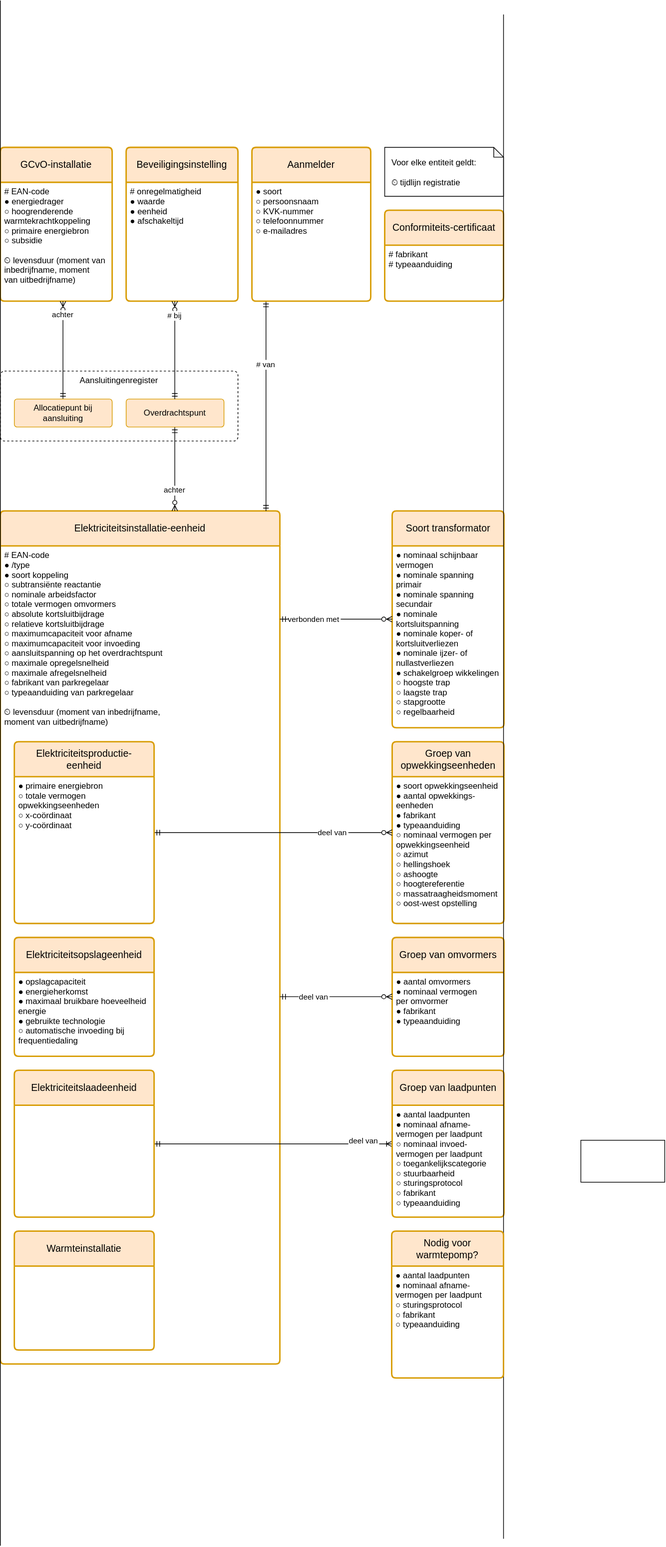
The draw.io diagram registers/installatieregister/1.1/installatieregister.drawio.svg in Netbeheer-Nederland/stelsel, before a commit. Source tidied: cells renumbered, new cells last; positions are measured from the earlier drawing's top-left corner, leaving out a move shared by most shapes.
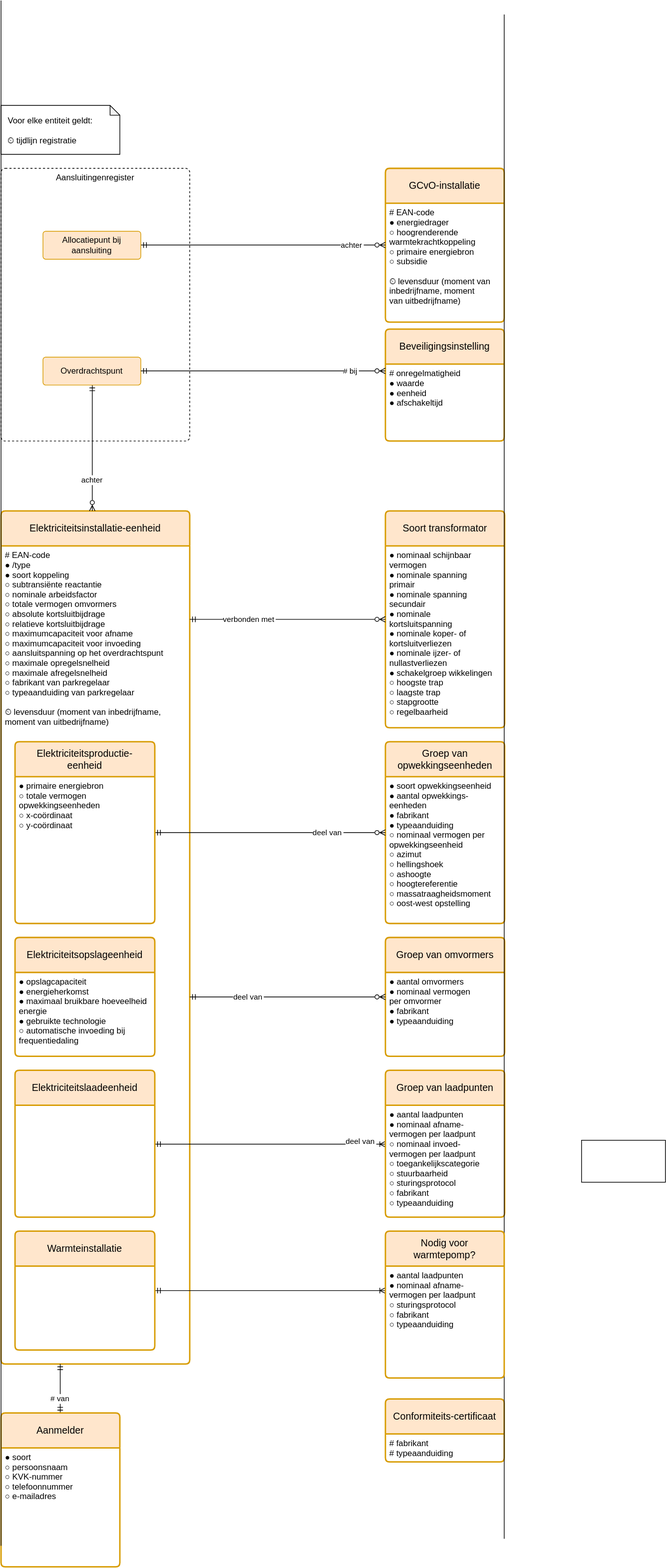
The same diagram one commit later.

Commit message:
vorm aanpassingen draw.io

Diff of the diagram source:
```diff
@@ -3,34 +3,34 @@
     <mxCell id="0" />
     <mxCell id="1" parent="0" />
     <mxCell id="2" value="Aansluitingenregister" style="rounded=1;whiteSpace=wrap;dashed=1;verticalAlign=top;arcSize=12;absoluteArcSize=1;" parent="1" vertex="1">
-      <mxGeometry y="530" width="340" height="100" as="geometry" />
+      <mxGeometry y="240" width="270" height="390" as="geometry" />
     </mxCell>
     <mxCell id="3" value="GCvO-installatie" style="swimlane;horizontal=1;startSize=50;rounded=1;fontSize=14;fontStyle=0;strokeWidth=2;shadow=0;dashed=0;align=center;arcSize=4;fillColor=#ffe6cc;strokeColor=#d79b00;whiteSpace=wrap;spacing=10;" parent="1" vertex="1">
-      <mxGeometry y="210" width="160" height="220" as="geometry" />
+      <mxGeometry x="550" y="240" width="170" height="220" as="geometry" />
     </mxCell>
     <mxCell id="4" value="# EAN-code&#10;● energiedrager&#10;○ hoogrenderende&#10;   warmtekrachtkoppeling&#10;○ primaire energiebron&#10;○ subsidie&#10;&#10;⏲ levensduur (moment van&#10;     inbedrijfname, moment&#10;     van uitbedrijfname)" style="align=left;strokeColor=none;fillColor=none;spacingLeft=4;fontSize=12;verticalAlign=top;" parent="3" vertex="1">
-      <mxGeometry y="50" width="160" height="170" as="geometry" />
+      <mxGeometry y="50" width="170" height="170" as="geometry" />
     </mxCell>
-    <mxCell id="5" value="achter" style="edgeStyle=elbowEdgeStyle;rounded=0;jettySize=auto;endArrow=ERmandOne;endFill=0;startArrow=ERzeroToMany;startFill=0;align=center;" parent="1" edge="1" source="3" target="22">
+    <mxCell id="5" value="achter" style="edgeStyle=elbowEdgeStyle;rounded=0;jettySize=auto;endArrow=ERmandOne;endFill=0;startArrow=ERzeroToMany;startFill=0;align=center;elbow=vertical;" parent="1" edge="1" source="3" target="22">
       <mxGeometry x="-0.73" relative="1" as="geometry" />
     </mxCell>
     <mxCell id="6" value="Elektriciteitsinstallatie-eenheid" style="swimlane;horizontal=1;startSize=50;rounded=1;fontSize=14;fontStyle=0;strokeWidth=2;shadow=0;dashed=0;align=center;fillColor=#ffe6cc;strokeColor=#d79b00;arcSize=4;whiteSpace=wrap;spacing=10;" parent="1" vertex="1">
-      <mxGeometry y="730" width="400" height="1220" as="geometry" />
+      <mxGeometry y="730" width="270" height="1220" as="geometry" />
     </mxCell>
     <mxCell id="7" value="# EAN-code&#10;● /type&#10;● soort koppeling&#10;○ subtransiënte reactantie&#10;○ nominale arbeidsfactor&#10;○ totale vermogen omvormers&#10;○ absolute kortsluitbijdrage&#10;○ relatieve kortsluitbijdrage&#10;○ maximumcapaciteit voor afname&#10;○ maximumcapaciteit voor invoeding&#10;○ aansluitspanning op het overdrachtspunt&#10;○ maximale opregelsnelheid&#10;○ maximale afregelsnelheid&#10;○ fabrikant van parkregelaar&#10;○ typeaanduiding van parkregelaar&#10;&#10;⏲ levensduur (moment van inbedrijfname, &#10;    moment van uitbedrijfname)" style="align=left;strokeColor=none;fillColor=none;spacingLeft=4;fontSize=12;verticalAlign=top;fontColor=default;" parent="6" vertex="1">
-      <mxGeometry y="50" width="400" height="1170" as="geometry" />
+      <mxGeometry y="50" width="270" height="1170" as="geometry" />
     </mxCell>
     <mxCell id="8" value="Groep van opwekkingseenheden" style="swimlane;horizontal=1;startSize=50;rounded=1;fontSize=14;fontStyle=0;strokeWidth=2;shadow=0;dashed=0;align=center;fillColor=#ffe6cc;strokeColor=#d79b00;arcSize=4;whiteSpace=wrap;spacing=10;" parent="1" vertex="1">
-      <mxGeometry x="560.7" y="1060" width="160" height="260" as="geometry" />
+      <mxGeometry x="550" y="1060" width="170.7" height="260" as="geometry" />
     </mxCell>
     <mxCell id="9" value="● soort opwekkingseenheid &#10;● aantal opwekkings-&#10;   eenheden&#10;● fabrikant&#10;● typeaanduiding&#10;○ nominaal vermogen per&#10;   opwekkingseenheid&#10;○ azimut&#10;○ hellingshoek&#10;○ ashoogte&#10;○ hoogtereferentie&#10;○ massatraagheidsmoment&#10;○ oost-west opstelling&#10;" style="align=left;strokeColor=none;fillColor=none;spacingLeft=4;fontSize=12;verticalAlign=top;" parent="8" vertex="1">
-      <mxGeometry y="50" width="160" height="210" as="geometry" />
+      <mxGeometry y="50" width="170.7" height="210" as="geometry" />
     </mxCell>
     <mxCell id="10" value="Soort transformator" style="swimlane;horizontal=1;startSize=50;rounded=1;fontSize=14;fontStyle=0;strokeWidth=2;shadow=0;dashed=0;align=center;fillColor=#ffe6cc;strokeColor=#d79b00;arcSize=4;whiteSpace=wrap;spacing=10;" parent="1" vertex="1">
-      <mxGeometry x="560.7" y="730" width="160" height="310" as="geometry" />
+      <mxGeometry x="550" y="730" width="170.7" height="310" as="geometry" />
     </mxCell>
     <mxCell id="11" value="● nominaal schijnbaar &#10;   vermogen&#10;● nominale spanning&#10;   primair&#10;● nominale spanning&#10;   secundair&#10;● nominale &#10;   kortsluitspanning&#10;● nominale koper- of&#10;   kortsluitverliezen&#10;● nominale ijzer- of&#10;   nullastverliezen&#10;● schakelgroep wikkelingen&#10;○ hoogste trap&#10;○ laagste trap&#10;○ stapgrootte&#10;○ regelbaarheid" style="align=left;strokeColor=none;fillColor=none;spacingLeft=4;fontSize=12;verticalAlign=top;" parent="10" vertex="1">
-      <mxGeometry y="50" width="160" height="260" as="geometry" />
+      <mxGeometry y="50" width="170.7" height="260" as="geometry" />
     </mxCell>
     <mxCell id="12" value="deel van" style="endArrow=ERzeroToMany;rounded=0;startArrow=ERmandOne;startFill=0;endFill=0;edgeStyle=elbowEdgeStyle;align=center;" parent="1" edge="1" source="13" target="8">
       <mxGeometry x="0.5" relative="1" as="geometry" />
@@ -54,31 +54,31 @@
       <mxGeometry x="-0.5" relative="1" as="geometry" />
     </mxCell>
     <mxCell id="19" value="Overdrachtspunt" style="rounded=1;arcSize=10;whiteSpace=wrap;align=center;fillColor=#ffe6cc;strokeColor=#d79b00;" parent="1" vertex="1">
-      <mxGeometry x="180" y="570" width="140" height="40" as="geometry" />
+      <mxGeometry x="60" y="510" width="140" height="40" as="geometry" />
     </mxCell>
     <mxCell id="20" value="Conformiteits-certificaat" style="swimlane;horizontal=1;startSize=50;rounded=1;fontSize=14;fontStyle=0;strokeWidth=2;shadow=0;dashed=0;align=center;fillColor=#ffe6cc;strokeColor=#d79b00;arcSize=4;whiteSpace=wrap;spacing=10;" parent="1" vertex="1">
-      <mxGeometry x="550" y="300" width="170" height="130" as="geometry" />
+      <mxGeometry x="550" y="2000" width="170" height="90" as="geometry" />
     </mxCell>
     <mxCell id="21" value="# fabrikant&#10;# typeaanduiding" style="align=left;strokeColor=none;fillColor=none;spacingLeft=4;fontSize=12;verticalAlign=top;" parent="20" vertex="1">
-      <mxGeometry y="50" width="170" height="80" as="geometry" />
+      <mxGeometry y="50" width="170" height="40" as="geometry" />
     </mxCell>
     <mxCell id="22" value="Allocatiepunt bij aansluiting" style="rounded=1;arcSize=10;whiteSpace=wrap;align=center;fillColor=#ffe6cc;strokeColor=#d79b00;" parent="1" vertex="1">
-      <mxGeometry x="20" y="570" width="140" height="40" as="geometry" />
+      <mxGeometry x="60" y="330" width="140" height="40" as="geometry" />
     </mxCell>
     <mxCell id="23" value="Beveiligingsinstelling" style="swimlane;horizontal=1;startSize=50;rounded=1;fontSize=14;fontStyle=0;strokeWidth=2;shadow=0;dashed=0;align=center;fillColor=#ffe6cc;strokeColor=#d79b00;arcSize=4;whiteSpace=wrap;spacing=10;" parent="1" vertex="1">
-      <mxGeometry x="180" y="210" width="160" height="220" as="geometry" />
+      <mxGeometry x="550" y="470" width="170" height="160" as="geometry" />
     </mxCell>
     <mxCell id="24" value="# onregelmatigheid&#10;● waarde&#10;● eenheid&#10;● afschakeltijd" style="align=left;strokeColor=none;fillColor=none;spacingLeft=4;fontSize=12;verticalAlign=top;" parent="23" vertex="1">
-      <mxGeometry y="50" width="160" height="170" as="geometry" />
+      <mxGeometry y="50" width="170" height="110" as="geometry" />
     </mxCell>
-    <mxCell id="25" value="# bij" style="endArrow=ERzeroToMany;rounded=0;startArrow=ERmandOne;startFill=0;endFill=0;align=center;edgeStyle=elbowEdgeStyle;" parent="1" edge="1" source="19" target="23">
+    <mxCell id="25" value="# bij" style="endArrow=ERzeroToMany;rounded=0;startArrow=ERmandOne;startFill=0;endFill=0;align=center;edgeStyle=elbowEdgeStyle;elbow=vertical;" parent="1" edge="1" source="19" target="23">
       <mxGeometry x="0.71" relative="1" as="geometry" />
     </mxCell>
     <mxCell id="26" value="Groep van omvormers" style="swimlane;horizontal=1;startSize=50;rounded=1;fontSize=14;fontStyle=0;strokeWidth=2;shadow=0;dashed=0;align=center;fillColor=#ffe6cc;strokeColor=#d79b00;arcSize=4;whiteSpace=wrap;spacing=10;" parent="1" vertex="1">
-      <mxGeometry x="560.7" y="1340" width="160" height="170" as="geometry" />
+      <mxGeometry x="550" y="1340" width="170.7" height="170" as="geometry" />
     </mxCell>
     <mxCell id="27" value="● aantal omvormers&#10;● nominaal vermogen&#10;   per omvormer&#10;● fabrikant&#10;● typeaanduiding" style="align=left;strokeColor=none;fillColor=none;spacingLeft=4;fontSize=12;verticalAlign=top;" parent="26" vertex="1">
-      <mxGeometry y="50" width="160" height="120" as="geometry" />
+      <mxGeometry y="50" width="170.7" height="120" as="geometry" />
     </mxCell>
     <mxCell id="28" value="deel van" style="endArrow=ERzeroToMany;rounded=0;startArrow=ERmandOne;startFill=0;endFill=0;align=center;edgeStyle=elbowEdgeStyle;elbow=vertical;" parent="1" edge="1" source="6" target="26">
       <mxGeometry x="-0.4" relative="1" as="geometry" />
@@ -87,13 +87,13 @@
       <mxGeometry x="-0.4" relative="1" as="geometry" />
     </mxCell>
     <mxCell id="30" value="Voor elke entiteit geldt:&#10;&#10;⏲ tijdlijn registratie" style="shape=note;whiteSpace=wrap;backgroundOutline=1;darkOpacity=0.05;align=left;spacing=10;size=14;verticalAlign=top;" parent="1" vertex="1">
-      <mxGeometry x="550" y="210" width="170" height="70" as="geometry" />
+      <mxGeometry y="150" width="170" height="70" as="geometry" />
     </mxCell>
     <mxCell id="31" value="# van" style="endArrow=ERmandOne;endFill=0;startArrow=ERmandOne;startFill=0;align=center;edgeStyle=elbowEdgeStyle;" parent="1" edge="1" source="32" target="6">
       <mxGeometry x="-0.4" relative="1" as="geometry" />
     </mxCell>
     <mxCell id="32" value="Aanmelder" style="swimlane;horizontal=1;startSize=50;rounded=1;fontSize=14;fontStyle=0;strokeWidth=2;shadow=0;dashed=0;align=center;fillColor=#ffe6cc;strokeColor=#d79b00;arcSize=4;whiteSpace=wrap;spacing=10;" parent="1" vertex="1">
-      <mxGeometry x="360" y="210" width="170" height="220" as="geometry" />
+      <mxGeometry y="2020" width="170" height="220" as="geometry" />
     </mxCell>
     <mxCell id="33" value="● soort &#10;○ persoonsnaam &#10;○ KVK-nummer&#10;○ telefoonnummer&#10;○ e-mailadres" style="align=left;strokeColor=none;fillColor=none;spacingLeft=4;fontSize=12;verticalAlign=top;" parent="32" vertex="1">
       <mxGeometry y="50" width="170" height="170" as="geometry" />
@@ -107,10 +107,10 @@
       </mxGeometry>
     </mxCell>
     <mxCell id="36" value="Groep van laadpunten" style="swimlane;horizontal=1;startSize=50;rounded=1;fontSize=14;fontStyle=0;strokeWidth=2;shadow=0;dashed=0;align=center;fillColor=#ffe6cc;strokeColor=#d79b00;arcSize=4;whiteSpace=wrap;spacing=10;" parent="1" vertex="1">
-      <mxGeometry x="560.7" y="1530" width="160" height="210" as="geometry" />
+      <mxGeometry x="550" y="1530" width="170.7" height="210" as="geometry" />
     </mxCell>
     <mxCell id="37" value="● aantal laadpunten&#10;● nominaal afname-&#10;   vermogen per laadpunt&#10;○ nominaal invoed-&#10;   vermogen per laadpunt&#10;○ toegankelijkscategorie&#10;○ stuurbaarheid&#10;○ sturingsprotocol&#10;○ fabrikant&#10;○ typeaanduiding" style="align=left;strokeColor=none;fillColor=none;spacingLeft=4;fontSize=12;verticalAlign=top;" parent="36" vertex="1">
-      <mxGeometry y="50" width="160" height="160" as="geometry" />
+      <mxGeometry y="50" width="170.7" height="160" as="geometry" />
     </mxCell>
     <mxCell id="38" value="Elektriciteitslaadeenheid" style="swimlane;horizontal=1;startSize=50;rounded=1;fontSize=14;fontStyle=0;strokeWidth=2;shadow=0;dashed=0;align=center;fillColor=#ffe6cc;strokeColor=#d79b00;arcSize=4;whiteSpace=wrap;spacing=10;" parent="1" vertex="1">
       <mxGeometry x="20" y="1530" width="200" height="210" as="geometry" />
@@ -136,6 +136,9 @@
     <mxCell id="43" style="rounded=0;whiteSpace=wrap;html=1;" parent="1" vertex="1">
       <mxGeometry x="830.7" y="1630" width="120" height="60" as="geometry" />
     </mxCell>
+    <mxCell id="49" style="edgeStyle=elbowEdgeStyle;html=1;elbow=vertical;endArrow=ERoneToMany;endFill=0;startArrow=ERmandOne;startFill=0;" parent="1" edge="1" source="44" target="47">
+      <mxGeometry relative="1" as="geometry" />
+    </mxCell>
     <mxCell id="44" value="Warmteinstallatie" style="swimlane;horizontal=1;startSize=50;rounded=1;fontSize=14;fontStyle=0;strokeWidth=2;shadow=0;dashed=0;align=center;fillColor=#ffe6cc;strokeColor=#d79b00;arcSize=4;whiteSpace=wrap;spacing=10;" parent="1" vertex="1">
       <mxGeometry x="20" y="1760" width="200" height="170" as="geometry" />
     </mxCell>
@@ -146,10 +149,10 @@
       <mxGeometry relative="1" as="geometry" />
     </mxCell>
     <mxCell id="47" value="Nodig voor warmtepomp?" style="swimlane;horizontal=1;startSize=50;rounded=1;fontSize=14;fontStyle=0;strokeWidth=2;shadow=0;dashed=0;align=center;fillColor=#ffe6cc;strokeColor=#d79b00;arcSize=4;whiteSpace=wrap;spacing=10;" parent="1" vertex="1">
-      <mxGeometry x="560" y="1760" width="160" height="210" as="geometry" />
+      <mxGeometry x="550" y="1760" width="170" height="210" as="geometry" />
     </mxCell>
     <mxCell id="48" value="● aantal laadpunten&#10;● nominaal afname-&#10;   vermogen per laadpunt&#10;○ sturingsprotocol&#10;○ fabrikant&#10;○ typeaanduiding" style="align=left;strokeColor=none;fillColor=none;spacingLeft=4;fontSize=12;verticalAlign=top;" parent="47" vertex="1">
-      <mxGeometry y="50" width="160" height="160" as="geometry" />
+      <mxGeometry y="50" width="170" height="160" as="geometry" />
     </mxCell>
   </root>
 </mxGraphModel>
```
